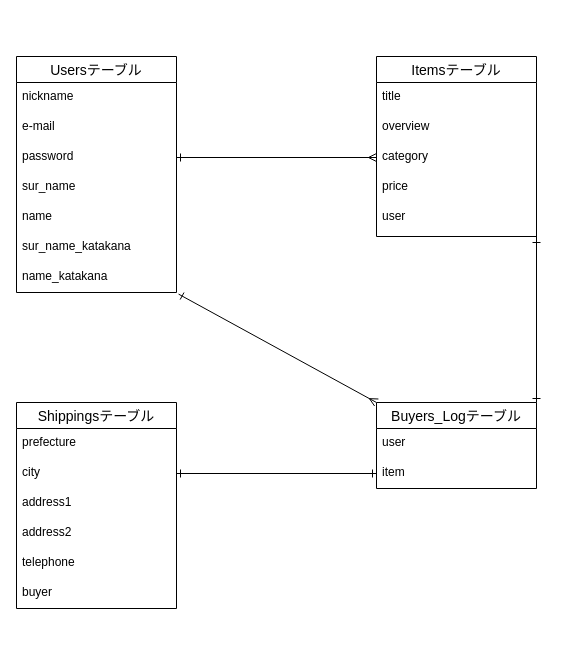
Above: test.dio in 3171km/furima-39388 (draw.io), before the change. Source tidied: cells renumbered, new cells numbered last; positions are measured from the earlier drawing's top-left corner, leaving out a move shared by most shapes. Both pictures are drawn from the tidied source at 100%, with x=0, y=0 at pixel (16, 56).
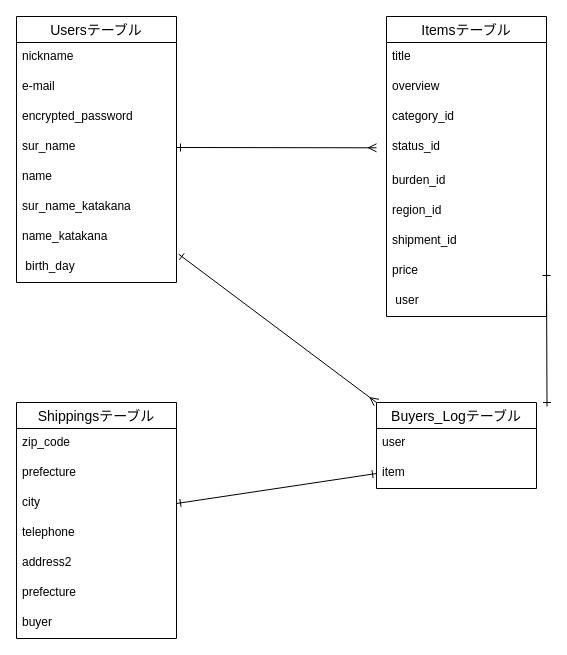
Above is the later version.

Commit message (it also covers changes not shown here):
データベース設計(README）2

The change refers to these unchanged cells:
```xml
<mxCell id="6" value="sur_name" style="text;strokeColor=none;fillColor=none;spacingLeft=4;spacingRight=4;overflow=hidden;points=[[0,0.5],[1,0.5]];portConstraint=eastwest;fontSize=12;" parent="2" vertex="1">
  <mxGeometry y="116" width="160" height="30" as="geometry" />
</mxCell>
<mxCell id="17" value="Buyers_Logテーブル" style="swimlane;fontStyle=0;horizontal=1;startSize=26;align=center;fontSize=14;" parent="1" vertex="1">
  <mxGeometry x="360" y="346" width="160" height="86" as="geometry" />
</mxCell>
```

Change to the diagram source:
```diff
@@
     <mxCell id="2" value="Usersテーブル" style="swimlane;fontStyle=0;horizontal=1;startSize=26;align=center;fontSize=14;" parent="1" vertex="1">
-      <mxGeometry width="160" height="236" as="geometry" />
+      <mxGeometry y="-40" width="160" height="266" as="geometry" />
     </mxCell>
@@
-    <mxCell id="5" value="password" style="text;strokeColor=none;fillColor=none;spacingLeft=4;spacingRight=4;overflow=hidden;points=[[0,0.5],[1,0.5]];portConstraint=eastwest;fontSize=12;" parent="2" vertex="1">
+    <mxCell id="5" value="encrypted_password" style="text;strokeColor=none;fillColor=none;spacingLeft=4;spacingRight=4;overflow=hidden;points=[[0,0.5],[1,0.5]];portConstraint=eastwest;fontSize=12;" parent="2" vertex="1">
       <mxGeometry y="86" width="160" height="30" as="geometry" />
     </mxCell>
@@
+    <mxCell id="30" value=" birth_day" style="text;strokeColor=none;fillColor=none;spacingLeft=4;spacingRight=4;overflow=hidden;fontSize=12;" parent="2" vertex="1">
+      <mxGeometry y="236" width="160" height="30" as="geometry" />
+    </mxCell>
     <mxCell id="10" value="Itemsテーブル" style="swimlane;fontStyle=0;horizontal=1;startSize=26;align=center;fontSize=14;" parent="1" vertex="1">
-      <mxGeometry x="360" width="160" height="180" as="geometry" />
+      <mxGeometry x="370" y="-40" width="160" height="300" as="geometry" />
     </mxCell>
@@
-    <mxCell id="13" value="category" style="text;strokeColor=none;fillColor=none;spacingLeft=4;spacingRight=4;overflow=hidden;points=[[0,0.5],[1,0.5]];portConstraint=eastwest;fontSize=12;" parent="10" vertex="1">
-      <mxGeometry y="86" width="160" height="30" as="geometry" />
-    </mxCell>
-    <mxCell id="14" value="price" style="text;strokeColor=none;fillColor=none;spacingLeft=4;spacingRight=4;overflow=hidden;fontSize=12;" parent="10" vertex="1">
-      <mxGeometry y="116" width="160" height="30" as="geometry" />
+    <mxCell id="14" value="category_id" style="text;strokeColor=none;fillColor=none;spacingLeft=4;spacingRight=4;overflow=hidden;fontSize=12;" parent="10" vertex="1">
+      <mxGeometry y="86" width="160" height="30" as="geometry" />
     </mxCell>
-    <mxCell id="15" value="user" style="text;strokeColor=none;fillColor=none;spacingLeft=4;spacingRight=4;overflow=hidden;points=[[0,0.5],[1,0.5]];portConstraint=eastwest;fontSize=12;" parent="10" vertex="1">
-      <mxGeometry y="146" width="160" height="34" as="geometry" />
+    <mxCell id="15" value="status_id" style="text;strokeColor=none;fillColor=none;spacingLeft=4;spacingRight=4;overflow=hidden;points=[[0,0.5],[1,0.5]];portConstraint=eastwest;fontSize=12;" parent="10" vertex="1">
+      <mxGeometry y="116" width="160" height="34" as="geometry" />
     </mxCell>
+    <mxCell id="31" value="burden_id" style="text;strokeColor=none;fillColor=none;spacingLeft=4;spacingRight=4;overflow=hidden;fontSize=12;" parent="10" vertex="1">
+      <mxGeometry y="150" width="160" height="30" as="geometry" />
+    </mxCell>
+    <mxCell id="32" value="region_id" style="text;strokeColor=none;fillColor=none;spacingLeft=4;spacingRight=4;overflow=hidden;fontSize=12;" parent="10" vertex="1">
+      <mxGeometry y="180" width="160" height="30" as="geometry" />
+    </mxCell>
+    <mxCell id="33" value="shipment_id" style="text;strokeColor=none;fillColor=none;spacingLeft=4;spacingRight=4;overflow=hidden;fontSize=12;" parent="10" vertex="1">
+      <mxGeometry y="210" width="160" height="30" as="geometry" />
+    </mxCell>
+    <mxCell id="34" value="price" style="text;strokeColor=none;fillColor=none;spacingLeft=4;spacingRight=4;overflow=hidden;points=[[0,0.5],[1,0.5]];portConstraint=eastwest;fontSize=12;" parent="10" vertex="1">
+      <mxGeometry y="240" width="160" height="30" as="geometry" />
+    </mxCell>
+    <mxCell id="35" value=" user" style="text;strokeColor=none;fillColor=none;spacingLeft=4;spacingRight=4;overflow=hidden;fontSize=12;" parent="10" vertex="1">
+      <mxGeometry y="270" width="160" height="30" as="geometry" />
+    </mxCell>
@@
     <mxCell id="20" value="Shippingsテーブル" style="swimlane;fontStyle=0;horizontal=1;startSize=26;align=center;fontSize=14;" parent="1" vertex="1">
-      <mxGeometry y="346" width="160" height="206" as="geometry" />
+      <mxGeometry y="346" width="160" height="236" as="geometry" />
     </mxCell>
+    <mxCell id="23" value="zip_code" style="text;strokeColor=none;fillColor=none;spacingLeft=4;spacingRight=4;overflow=hidden;fontSize=12;" parent="20" vertex="1">
+      <mxGeometry y="26" width="160" height="30" as="geometry" />
+    </mxCell>
     <mxCell id="21" value="prefecture" style="text;strokeColor=none;fillColor=none;spacingLeft=4;spacingRight=4;overflow=hidden;fontSize=12;" parent="20" vertex="1">
-      <mxGeometry y="26" width="160" height="30" as="geometry" />
+      <mxGeometry y="56" width="160" height="30" as="geometry" />
     </mxCell>
     <mxCell id="22" value="city" style="text;strokeColor=none;fillColor=none;spacingLeft=4;spacingRight=4;overflow=hidden;points=[[0,0.5],[1,0.5]];portConstraint=eastwest;fontSize=12;" parent="20" vertex="1">
-      <mxGeometry y="56" width="160" height="30" as="geometry" />
+      <mxGeometry y="86" width="160" height="30" as="geometry" />
     </mxCell>
-    <mxCell id="23" value="address1" style="text;strokeColor=none;fillColor=none;spacingLeft=4;spacingRight=4;overflow=hidden;fontSize=12;" parent="20" vertex="1">
-      <mxGeometry y="86" width="160" height="30" as="geometry" />
-    </mxCell>
+    <mxCell id="25" value="telephone" style="text;strokeColor=none;fillColor=none;spacingLeft=4;spacingRight=4;overflow=hidden;fontSize=12;" parent="20" vertex="1">
+      <mxGeometry y="116" width="160" height="30" as="geometry" />
+    </mxCell>
     <mxCell id="24" value="address2" style="text;strokeColor=none;fillColor=none;spacingLeft=4;spacingRight=4;overflow=hidden;fontSize=12;" parent="20" vertex="1">
-      <mxGeometry y="116" width="160" height="30" as="geometry" />
+      <mxGeometry y="146" width="160" height="30" as="geometry" />
     </mxCell>
-    <mxCell id="25" value="telephone" style="text;strokeColor=none;fillColor=none;spacingLeft=4;spacingRight=4;overflow=hidden;fontSize=12;" parent="20" vertex="1">
-      <mxGeometry y="146" width="160" height="30" as="geometry" />
-    </mxCell>
+    <mxCell id="36" value="prefecture" style="text;strokeColor=none;fillColor=none;spacingLeft=4;spacingRight=4;overflow=hidden;fontSize=12;" parent="20" vertex="1">
+      <mxGeometry y="176" width="160" height="30" as="geometry" />
+    </mxCell>
     <mxCell id="26" value="buyer" style="text;strokeColor=none;fillColor=none;spacingLeft=4;spacingRight=4;overflow=hidden;fontSize=12;" parent="20" vertex="1">
-      <mxGeometry y="176" width="160" height="30" as="geometry" />
+      <mxGeometry y="206" width="160" height="30" as="geometry" />
     </mxCell>
@@
-    <mxCell id="28" style="edgeStyle=none;html=1;exitX=1;exitY=0.5;exitDx=0;exitDy=0;entryX=0;entryY=0.5;entryDx=0;entryDy=0;startArrow=ERone;startFill=0;endArrow=ERmany;endFill=0;" parent="1" edge="1" source="5" target="13">
-      <mxGeometry relative="1" as="geometry" />
-    </mxCell>
-    <mxCell id="29" style="edgeStyle=none;html=1;entryX=1;entryY=0;entryDx=0;entryDy=0;startArrow=ERone;startFill=0;endArrow=ERone;endFill=0;exitX=1;exitY=1.294;exitDx=0;exitDy=0;exitPerimeter=0;jumpSize=12;" parent="1" edge="1" source="15" target="17">
-      <mxGeometry relative="1" as="geometry">
-        <Array as="points">
-          <mxPoint x="520" y="170" />
-        </Array>
-      </mxGeometry>
-    </mxCell>
+    <mxCell id="37" style="edgeStyle=none;jumpSize=12;html=1;exitX=1;exitY=0.5;exitDx=0;exitDy=0;startArrow=ERone;startFill=0;endArrow=ERmany;endFill=0;" parent="1" edge="1" source="6">
+      <mxGeometry relative="1" as="geometry">
+        <mxPoint x="360" y="91.3" as="targetPoint" />
+      </mxGeometry>
+    </mxCell>
+    <mxCell id="38" style="edgeStyle=none;jumpSize=12;html=1;exitX=1;exitY=0.5;exitDx=0;exitDy=0;startArrow=ERone;startFill=0;endArrow=ERone;endFill=0;" parent="1" edge="1" source="34">
+      <mxGeometry relative="1" as="geometry">
+        <mxPoint x="530.5" y="350" as="targetPoint" />
+      </mxGeometry>
+    </mxCell>
```
